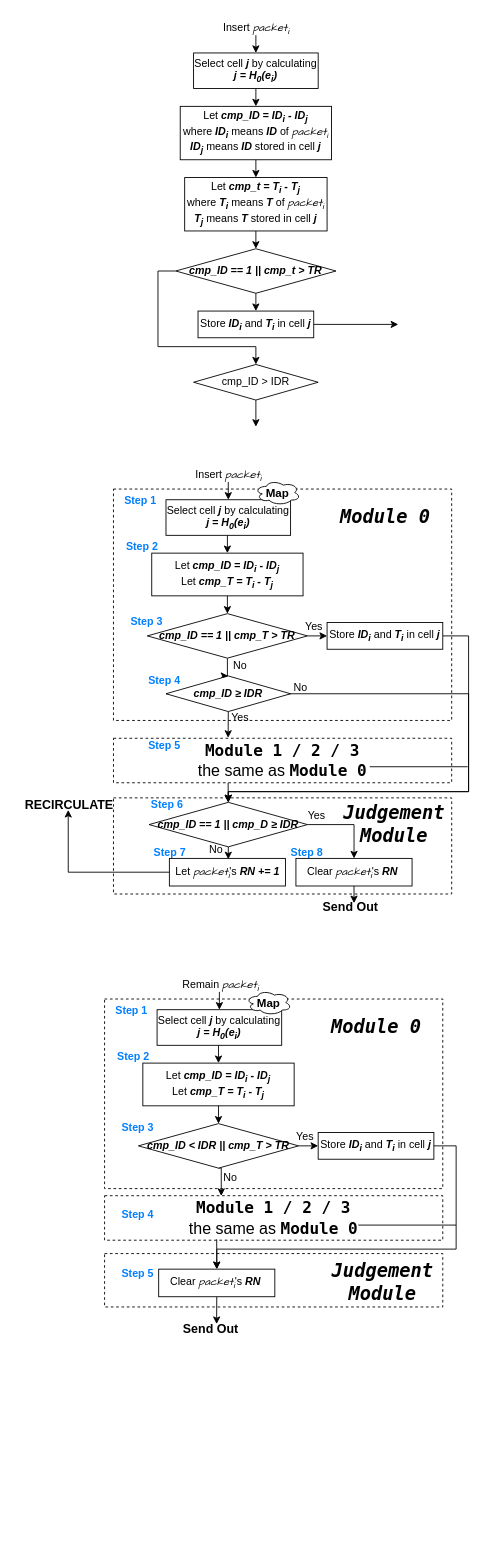
wh2001/drawing keeps this draw.io diagram as undergraduate paper/未命名绘图.drawio. Above is the earlier version. Source tidied: cells renumbered, new cells numbered last; positions are measured from the earlier drawing's top-left corner, leaving out a move shared by most shapes. Both pictures are drawn from the tidied source at 89%, with x=0, y=0 at pixel (15, 15).
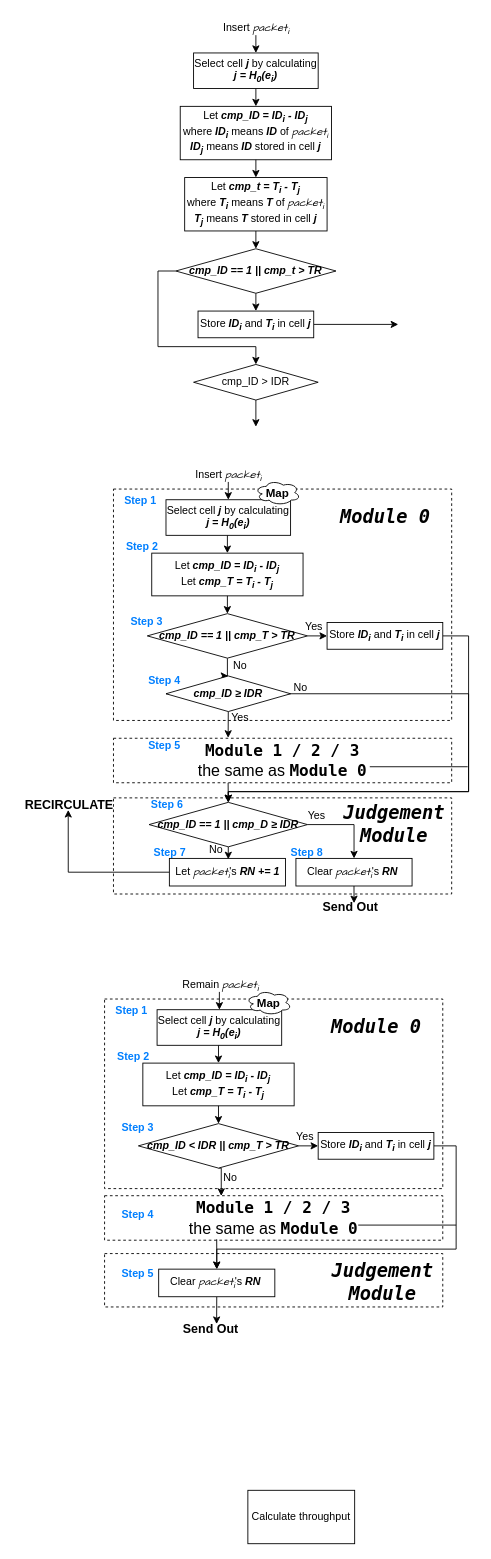
The same page after the edit.

Commit message:
更新未命名绘图.drawio

Change to the diagram source:
```diff
@@
+    <mxCell id="91" value="Calculate throughput" style="rounded=0;whiteSpace=wrap;html=1;" parent="1" vertex="1">
+      <mxGeometry x="261" y="1657" width="120" height="60" as="geometry" />
+    </mxCell>
```
